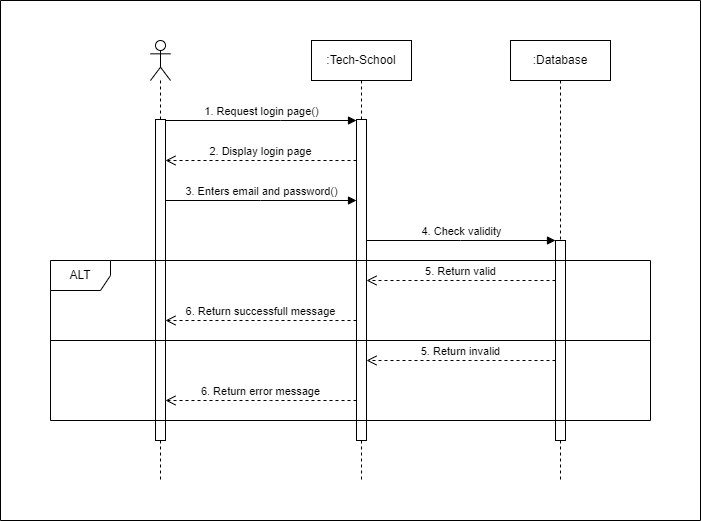
Earlier version of the draw.io export Materials/Sequence Diagrams/SD_Login.png (iprosenjitp/Tech-School). Source tidied: cells renumbered, new cells last; positions are measured from the earlier drawing's top-left corner, leaving out a move shared by most shapes.
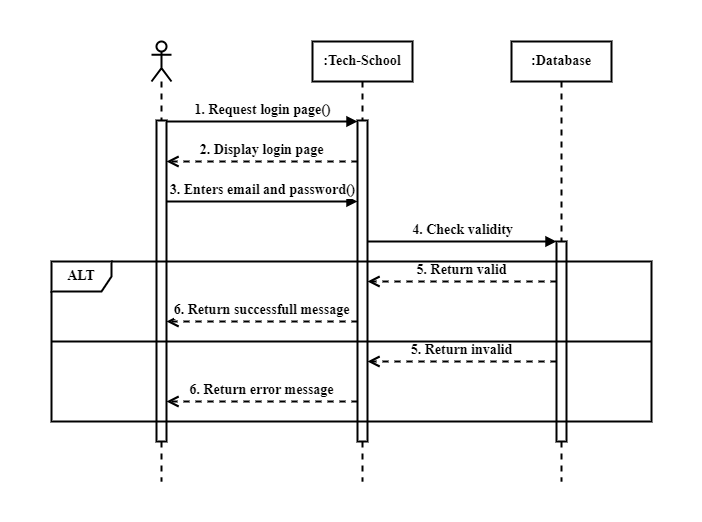
After the change.

What changed in the source:
```diff
@@ -2,87 +2,87 @@
   <root>
     <mxCell id="0" />
     <mxCell id="1" parent="0" />
-    <mxCell id="2" value=":Tech-School" style="shape=umlLifeline;perimeter=lifelinePerimeter;whiteSpace=wrap;html=1;newEdgeStyle={&quot;curved&quot;:0,&quot;rounded&quot;:0};" parent="1" vertex="1">
+    <mxCell id="2" value=":Tech-School" style="shape=umlLifeline;perimeter=lifelinePerimeter;whiteSpace=wrap;html=1;newEdgeStyle={&quot;curved&quot;:0,&quot;rounded&quot;:0};strokeWidth=2;fontFamily=Times New Roman;fontStyle=1;fontSize=14;" parent="1" vertex="1">
       <mxGeometry x="311" y="40" width="100" height="440" as="geometry" />
     </mxCell>
-    <mxCell id="3" style="html=1;points=[[0,0,0,0,5],[0,1,0,0,-5],[1,0,0,0,5],[1,1,0,0,-5]];perimeter=orthogonalPerimeter;outlineConnect=0;targetShapes=umlLifeline;portConstraint=eastwest;newEdgeStyle={&quot;curved&quot;:0,&quot;rounded&quot;:0};" parent="2" vertex="1">
+    <mxCell id="3" style="html=1;points=[[0,0,0,0,5],[0,1,0,0,-5],[1,0,0,0,5],[1,1,0,0,-5]];perimeter=orthogonalPerimeter;outlineConnect=0;targetShapes=umlLifeline;portConstraint=eastwest;newEdgeStyle={&quot;curved&quot;:0,&quot;rounded&quot;:0};strokeWidth=2;fontFamily=Times New Roman;fontStyle=1;fontSize=14;" parent="2" vertex="1">
       <mxGeometry x="45" y="79" width="10" height="321" as="geometry" />
     </mxCell>
-    <mxCell id="4" value=":Database" style="shape=umlLifeline;perimeter=lifelinePerimeter;whiteSpace=wrap;html=1;newEdgeStyle={&quot;curved&quot;:0,&quot;rounded&quot;:0};" parent="1" vertex="1">
+    <mxCell id="4" value=":Database" style="shape=umlLifeline;perimeter=lifelinePerimeter;whiteSpace=wrap;html=1;newEdgeStyle={&quot;curved&quot;:0,&quot;rounded&quot;:0};strokeWidth=2;fontFamily=Times New Roman;fontStyle=1;fontSize=14;" parent="1" vertex="1">
       <mxGeometry x="510" y="40" width="100" height="440" as="geometry" />
     </mxCell>
-    <mxCell id="5" style="html=1;points=[[0,0,0,0,5],[0,1,0,0,-5],[1,0,0,0,5],[1,1,0,0,-5]];perimeter=orthogonalPerimeter;outlineConnect=0;targetShapes=umlLifeline;portConstraint=eastwest;newEdgeStyle={&quot;curved&quot;:0,&quot;rounded&quot;:0};" parent="4" vertex="1">
+    <mxCell id="5" style="html=1;points=[[0,0,0,0,5],[0,1,0,0,-5],[1,0,0,0,5],[1,1,0,0,-5]];perimeter=orthogonalPerimeter;outlineConnect=0;targetShapes=umlLifeline;portConstraint=eastwest;newEdgeStyle={&quot;curved&quot;:0,&quot;rounded&quot;:0};strokeWidth=2;fontFamily=Times New Roman;fontStyle=1;fontSize=14;" parent="4" vertex="1">
       <mxGeometry x="45" y="200" width="10" height="200" as="geometry" />
     </mxCell>
-    <mxCell id="6" style="shape=umlLifeline;perimeter=lifelinePerimeter;whiteSpace=wrap;html=1;newEdgeStyle={&quot;curved&quot;:0,&quot;rounded&quot;:0};participant=umlActor;" parent="1" vertex="1">
+    <mxCell id="6" style="shape=umlLifeline;perimeter=lifelinePerimeter;whiteSpace=wrap;html=1;newEdgeStyle={&quot;curved&quot;:0,&quot;rounded&quot;:0};participant=umlActor;strokeWidth=2;fontFamily=Times New Roman;fontStyle=1;fontSize=14;" parent="1" vertex="1">
       <mxGeometry x="150" y="40" width="20" height="440" as="geometry" />
     </mxCell>
-    <mxCell id="7" style="html=1;points=[[0,0,0,0,5],[0,1,0,0,-5],[1,0,0,0,5],[1,1,0,0,-5]];perimeter=orthogonalPerimeter;outlineConnect=0;targetShapes=umlLifeline;portConstraint=eastwest;newEdgeStyle={&quot;curved&quot;:0,&quot;rounded&quot;:0};" parent="6" vertex="1">
+    <mxCell id="7" style="html=1;points=[[0,0,0,0,5],[0,1,0,0,-5],[1,0,0,0,5],[1,1,0,0,-5]];perimeter=orthogonalPerimeter;outlineConnect=0;targetShapes=umlLifeline;portConstraint=eastwest;newEdgeStyle={&quot;curved&quot;:0,&quot;rounded&quot;:0};strokeWidth=2;fontFamily=Times New Roman;fontStyle=1;fontSize=14;" parent="6" vertex="1">
       <mxGeometry x="5" y="79" width="10" height="321" as="geometry" />
     </mxCell>
-    <mxCell id="8" value="2. Display login page" style="html=1;verticalAlign=bottom;endArrow=open;dashed=1;endSize=8;rounded=0;" parent="1" edge="1" source="3" target="7">
+    <mxCell id="8" value="2. Display login page" style="html=1;verticalAlign=bottom;endArrow=open;dashed=1;endSize=8;rounded=0;strokeWidth=2;fontFamily=Times New Roman;fontStyle=1;fontSize=14;" parent="1" edge="1" source="3" target="7">
       <mxGeometry relative="1" as="geometry">
         <Array as="points">
           <mxPoint x="260" y="160" />
         </Array>
       </mxGeometry>
     </mxCell>
-    <mxCell id="9" value="3. Enters email and password()" style="html=1;verticalAlign=bottom;endArrow=block;curved=0;rounded=0;" parent="1" edge="1" source="7" target="3">
+    <mxCell id="9" value="3. Enters email and password()" style="html=1;verticalAlign=bottom;endArrow=block;curved=0;rounded=0;strokeWidth=2;fontFamily=Times New Roman;fontStyle=1;fontSize=14;" parent="1" edge="1" source="7" target="3">
       <mxGeometry relative="1" as="geometry">
         <Array as="points">
           <mxPoint x="260" y="200" />
         </Array>
       </mxGeometry>
     </mxCell>
-    <mxCell id="10" value="1. Request login page()" style="html=1;verticalAlign=bottom;endArrow=block;curved=0;rounded=0;" parent="1" edge="1" source="7" target="3">
+    <mxCell id="10" value="1. Request login page()" style="html=1;verticalAlign=bottom;endArrow=block;curved=0;rounded=0;strokeWidth=2;fontFamily=Times New Roman;fontStyle=1;fontSize=14;" parent="1" edge="1" source="7" target="3">
       <mxGeometry relative="1" as="geometry">
         <Array as="points">
           <mxPoint x="280" y="120" />
         </Array>
       </mxGeometry>
     </mxCell>
-    <mxCell id="11" value="4. Check validity" style="html=1;verticalAlign=bottom;startArrow=none;startFill=0;endArrow=block;startSize=8;curved=0;rounded=0;" parent="1" edge="1" source="3" target="5">
+    <mxCell id="11" value="4. Check validity" style="html=1;verticalAlign=bottom;startArrow=none;startFill=0;endArrow=block;startSize=8;curved=0;rounded=0;strokeWidth=2;fontFamily=Times New Roman;fontStyle=1;fontSize=14;" parent="1" edge="1" source="3" target="5">
       <mxGeometry relative="1" as="geometry">
         <Array as="points">
           <mxPoint x="460" y="240" />
         </Array>
       </mxGeometry>
     </mxCell>
-    <mxCell id="12" value="5. Return valid" style="html=1;verticalAlign=bottom;endArrow=open;dashed=1;endSize=8;curved=0;rounded=0;" parent="1" edge="1" source="5" target="3">
+    <mxCell id="12" value="5. Return valid" style="html=1;verticalAlign=bottom;endArrow=open;dashed=1;endSize=8;curved=0;rounded=0;strokeWidth=2;fontFamily=Times New Roman;fontStyle=1;fontSize=14;" parent="1" edge="1" source="5" target="3">
       <mxGeometry relative="1" as="geometry">
         <Array as="points">
           <mxPoint x="460" y="280" />
         </Array>
       </mxGeometry>
     </mxCell>
-    <mxCell id="13" value="6. Return successfull message" style="html=1;verticalAlign=bottom;endArrow=open;dashed=1;endSize=8;curved=0;rounded=0;" parent="1" edge="1" source="3" target="7">
+    <mxCell id="13" value="6. Return successfull message" style="html=1;verticalAlign=bottom;endArrow=open;dashed=1;endSize=8;curved=0;rounded=0;strokeWidth=2;fontFamily=Times New Roman;fontStyle=1;fontSize=14;" parent="1" edge="1" source="3" target="7">
       <mxGeometry relative="1" as="geometry">
         <Array as="points">
           <mxPoint x="270" y="320" />
         </Array>
       </mxGeometry>
     </mxCell>
-    <mxCell id="14" value="5. Return invalid" style="html=1;verticalAlign=bottom;endArrow=open;dashed=1;endSize=8;curved=0;rounded=0;" parent="1" edge="1" source="5" target="3">
+    <mxCell id="14" value="5. Return invalid" style="html=1;verticalAlign=bottom;endArrow=open;dashed=1;endSize=8;curved=0;rounded=0;strokeWidth=2;fontFamily=Times New Roman;fontStyle=1;fontSize=14;" parent="1" edge="1" source="5" target="3">
       <mxGeometry relative="1" as="geometry">
         <Array as="points">
           <mxPoint x="460" y="360" />
         </Array>
       </mxGeometry>
     </mxCell>
-    <mxCell id="15" value="6. Return error message" style="html=1;verticalAlign=bottom;endArrow=open;dashed=1;endSize=8;curved=0;rounded=0;" parent="1" edge="1" source="3" target="7">
+    <mxCell id="15" value="6. Return error message" style="html=1;verticalAlign=bottom;endArrow=open;dashed=1;endSize=8;curved=0;rounded=0;strokeWidth=2;fontFamily=Times New Roman;fontStyle=1;fontSize=14;" parent="1" edge="1" source="3" target="7">
       <mxGeometry relative="1" as="geometry">
         <Array as="points">
           <mxPoint x="270" y="400" />
         </Array>
       </mxGeometry>
     </mxCell>
-    <mxCell id="16" value="ALT" style="shape=umlFrame;whiteSpace=wrap;html=1;" parent="1" vertex="1">
+    <mxCell id="16" value="ALT" style="shape=umlFrame;whiteSpace=wrap;html=1;strokeWidth=2;fontFamily=Times New Roman;fontStyle=1;fontSize=14;" parent="1" vertex="1">
       <mxGeometry x="50" y="260" width="600" height="160" as="geometry" />
     </mxCell>
-    <mxCell id="17" style="line;strokeWidth=1;fillColor=none;align=left;verticalAlign=middle;spacingTop=-1;spacingLeft=3;spacingRight=3;labelPosition=right;strokeColor=inherit;" parent="1" vertex="1">
+    <mxCell id="17" style="line;strokeWidth=2;fillColor=none;align=left;verticalAlign=middle;spacingTop=-1;spacingLeft=3;spacingRight=3;labelPosition=right;strokeColor=inherit;fontFamily=Times New Roman;fontStyle=1;fontSize=14;" parent="1" vertex="1">
       <mxGeometry x="50" y="336" width="600" height="8" as="geometry" />
     </mxCell>
-    <mxCell id="18" style="swimlane;startSize=0;" parent="1" vertex="1">
+    <mxCell id="18" style="swimlane;startSize=0;strokeWidth=2;fontFamily=Times New Roman;fontStyle=1;fontSize=14;strokeColor=#FFFFFF;" parent="1" vertex="1">
       <mxGeometry width="700" height="520" as="geometry" />
     </mxCell>
   </root>
```
